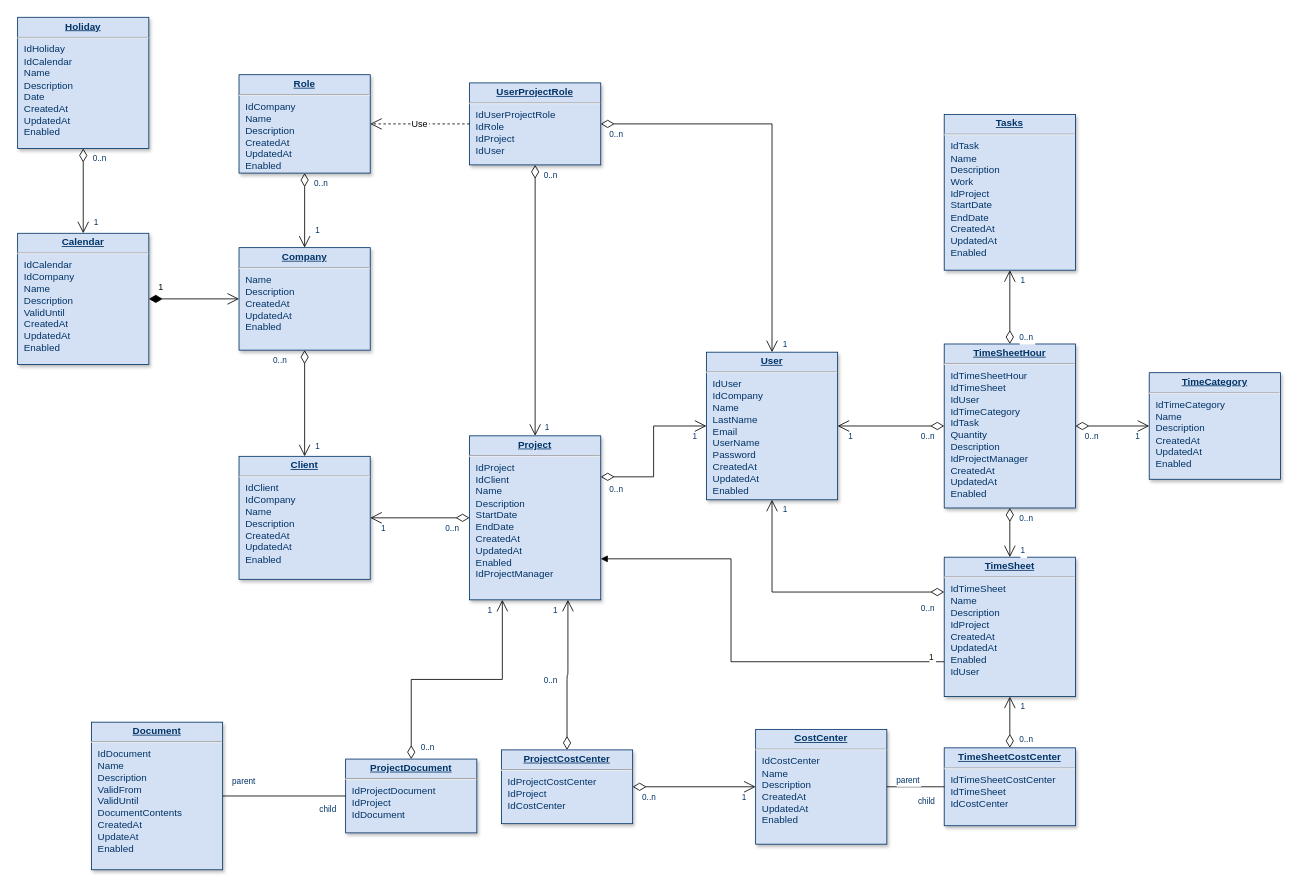
Before: Untitled Diagram.drawio in jsob/diagrams, a draw.io diagram. Source tidied: cells renumbered, new cells numbered last; positions are measured from the earlier drawing's top-left corner, leaving out a move shared by most shapes. Both pictures are drawn from the tidied source at 82%, with x=0, y=0 at pixel (17, 17).
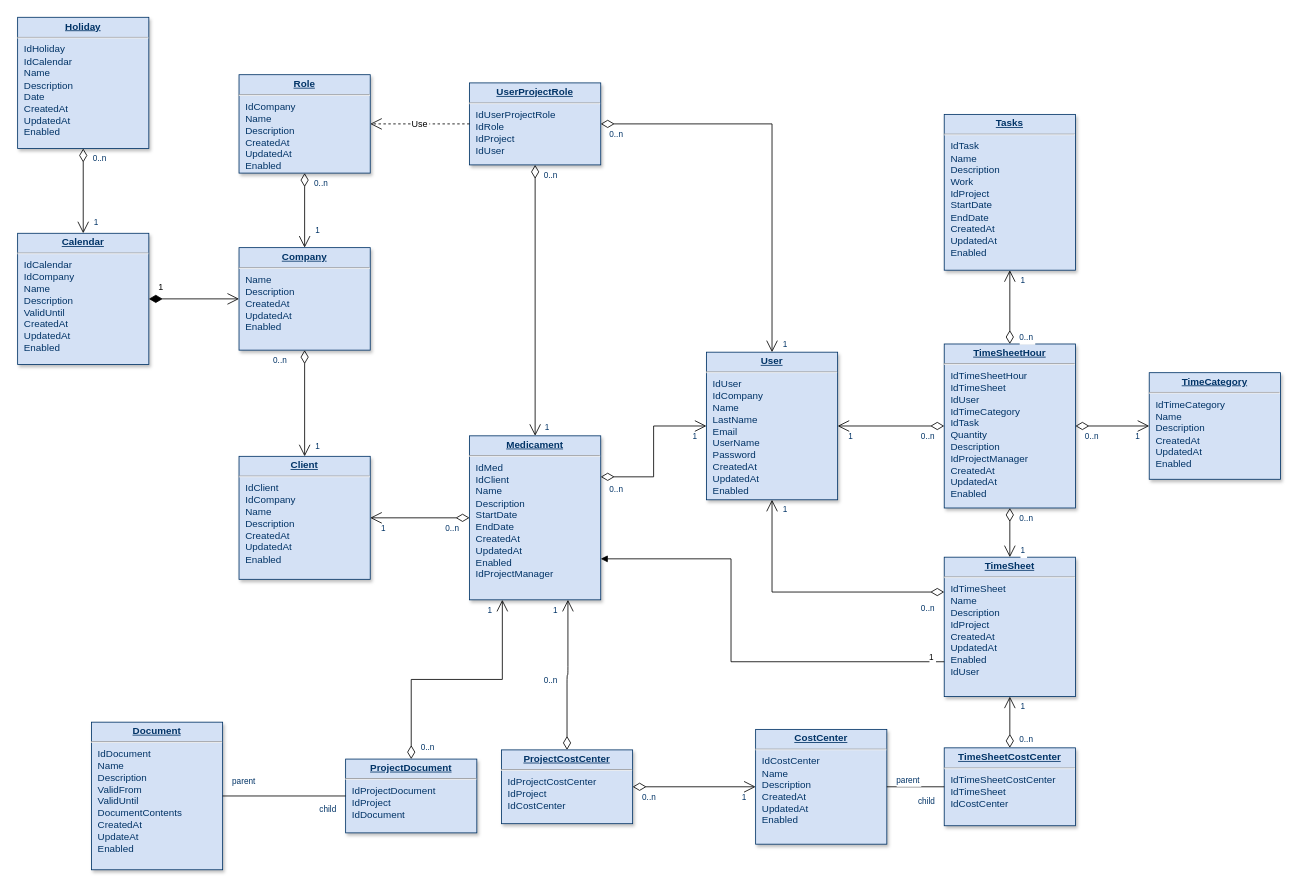
After the change.

Commit message:
Описание таблиц БД

Diff of the diagram source:
```diff
@@
-    <mxCell id="12" value="&lt;p style=&quot;margin: 0px; margin-top: 4px; text-align: center; text-decoration: underline;&quot;&gt;&lt;strong&gt;Project&lt;/strong&gt;&lt;/p&gt;&lt;hr /&gt;&lt;p style=&quot;margin: 0px; margin-left: 8px;&quot;&gt;IdProject&lt;/p&gt;&lt;p style=&quot;margin: 0px; margin-left: 8px;&quot;&gt;IdClient&lt;/p&gt;&lt;p style=&quot;margin: 0px; margin-left: 8px;&quot;&gt;Name&lt;/p&gt;&lt;p style=&quot;margin: 0px; margin-left: 8px;&quot;&gt;Description&lt;/p&gt;&lt;p style=&quot;margin: 0px; margin-left: 8px;&quot;&gt;StartDate&lt;/p&gt;&lt;p style=&quot;margin: 0px; margin-left: 8px;&quot;&gt;EndDate&lt;/p&gt;&lt;p style=&quot;margin: 0px; margin-left: 8px;&quot;&gt;CreatedAt&lt;/p&gt;&lt;p style=&quot;margin: 0px; margin-left: 8px;&quot;&gt;UpdatedAt&lt;/p&gt;&lt;p style=&quot;margin: 0px; margin-left: 8px;&quot;&gt;Enabled&lt;br /&gt;IdProjectManager&lt;/p&gt;" style="verticalAlign=top;align=left;overflow=fill;fontSize=12;fontFamily=Helvetica;html=1;strokeColor=#003366;shadow=1;fillColor=#D4E1F5;fontColor=#003366;" parent="1" vertex="1">
+    <mxCell id="12" value="&lt;p style=&quot;margin: 0px; margin-top: 4px; text-align: center; text-decoration: underline;&quot;&gt;&lt;strong&gt;Medicament&lt;/strong&gt;&lt;/p&gt;&lt;hr&gt;&lt;p style=&quot;margin: 0px; margin-left: 8px;&quot;&gt;IdMed&lt;/p&gt;&lt;p style=&quot;margin: 0px; margin-left: 8px;&quot;&gt;IdClient&lt;/p&gt;&lt;p style=&quot;margin: 0px; margin-left: 8px;&quot;&gt;Name&lt;/p&gt;&lt;p style=&quot;margin: 0px; margin-left: 8px;&quot;&gt;Description&lt;/p&gt;&lt;p style=&quot;margin: 0px; margin-left: 8px;&quot;&gt;StartDate&lt;/p&gt;&lt;p style=&quot;margin: 0px; margin-left: 8px;&quot;&gt;EndDate&lt;/p&gt;&lt;p style=&quot;margin: 0px; margin-left: 8px;&quot;&gt;CreatedAt&lt;/p&gt;&lt;p style=&quot;margin: 0px; margin-left: 8px;&quot;&gt;UpdatedAt&lt;/p&gt;&lt;p style=&quot;margin: 0px; margin-left: 8px;&quot;&gt;Enabled&lt;br&gt;IdProjectManager&lt;/p&gt;" style="verticalAlign=top;align=left;overflow=fill;fontSize=12;fontFamily=Helvetica;html=1;strokeColor=#003366;shadow=1;fillColor=#D4E1F5;fontColor=#003366;" parent="1" vertex="1">
       <mxGeometry x="551.1" y="510" width="160" height="200" as="geometry" />
     </mxCell>
```
